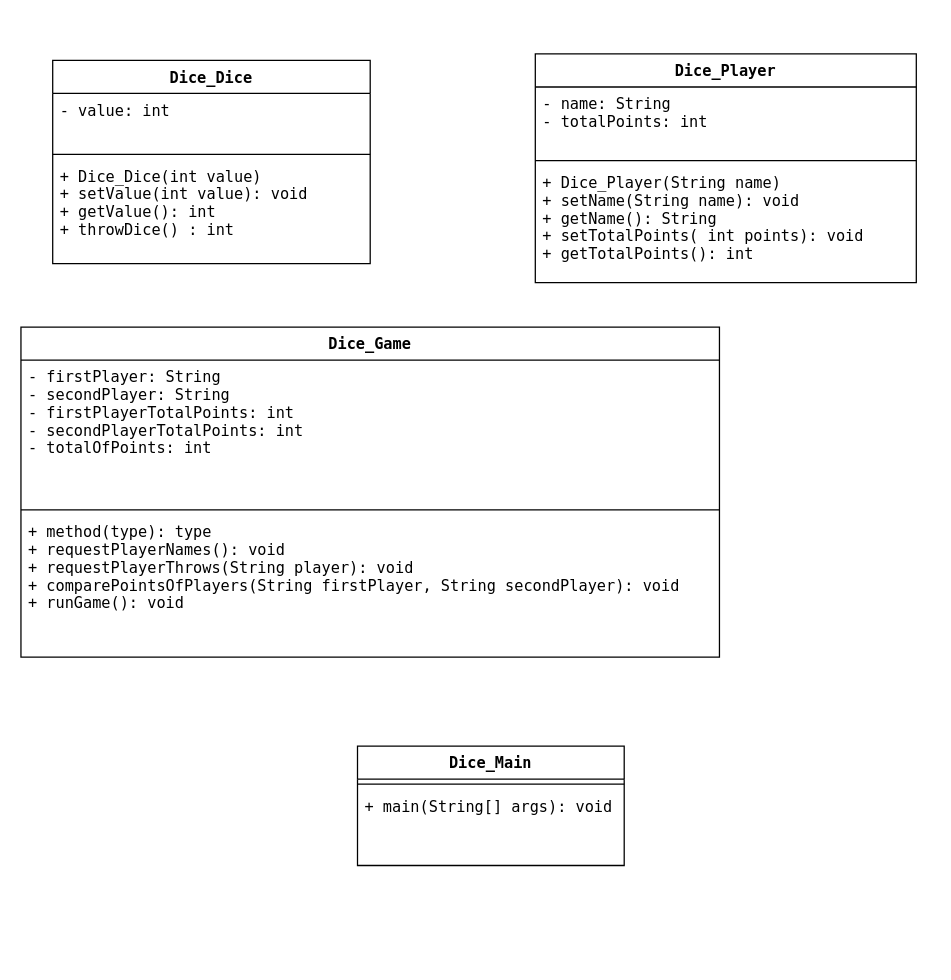
Earlier version of the draw.io diagram Untitled Diagram.drawio (Ratzcodes/Jensen-Assignment4-Week45). Source tidied: cells renumbered, new cells numbered last; positions are measured from the earlier drawing's top-left corner, leaving out a move shared by most shapes. Both pictures are drawn from the tidied source at 127%, with x=0, y=0 at pixel (20, 53).
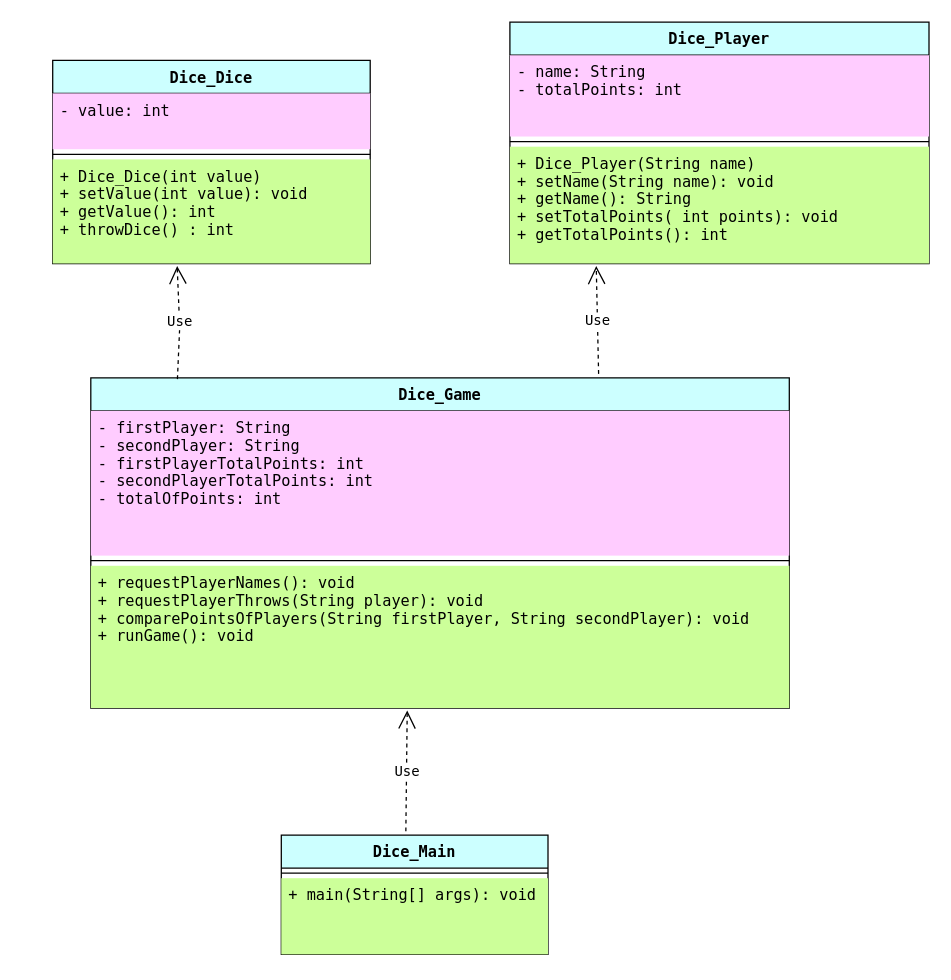
The same diagram, later.

The edit, as a diff of the source:
```diff
@@
-    <mxCell id="2" value="Dice_Dice" style="swimlane;fontStyle=1;align=center;verticalAlign=top;horizontal=1;startSize=26;fontFamily=Lucida Console;" parent="1" vertex="1">
+    <mxCell id="2" value="Dice_Dice" style="swimlane;fontStyle=1;align=center;verticalAlign=top;horizontal=1;startSize=26;fontFamily=Lucida Console;fillColor=#CCFFFF;" parent="1" vertex="1">
       <mxGeometry x="25" y="5" width="250" height="160" as="geometry" />
     </mxCell>
-    <mxCell id="3" value="- value: int&#10;" style="text;strokeColor=none;fillColor=none;align=left;verticalAlign=top;spacingLeft=4;spacingRight=4;overflow=hidden;fontFamily=Lucida Console;" parent="2" vertex="1">
+    <mxCell id="3" value="- value: int&#10;" style="text;strokeColor=none;fillColor=#FFCCFF;align=left;verticalAlign=top;spacingLeft=4;spacingRight=4;overflow=hidden;fontFamily=Lucida Console;" parent="2" vertex="1">
       <mxGeometry y="26" width="250" height="44" as="geometry" />
     </mxCell>
@@
-    <mxCell id="5" value="+ Dice_Dice(int value)&#10;+ setValue(int value): void&#10;+ getValue(): int&#10;+ throwDice() : int" style="text;strokeColor=none;fillColor=none;align=left;verticalAlign=top;spacingLeft=4;spacingRight=4;overflow=hidden;points=[[0,0.5],[1,0.5]];portConstraint=eastwest;fontFamily=Lucida Console;" parent="2" vertex="1">
+    <mxCell id="5" value="+ Dice_Dice(int value)&#10;+ setValue(int value): void&#10;+ getValue(): int&#10;+ throwDice() : int" style="text;strokeColor=none;fillColor=#CCFF99;align=left;verticalAlign=top;spacingLeft=4;spacingRight=4;overflow=hidden;points=[[0,0.5],[1,0.5]];portConstraint=eastwest;fontFamily=Lucida Console;" parent="2" vertex="1">
       <mxGeometry y="78" width="250" height="82" as="geometry" />
     </mxCell>
-    <mxCell id="6" value="Dice_Player" style="swimlane;fontStyle=1;align=center;verticalAlign=top;horizontal=1;startSize=26;fontFamily=Lucida Console;" parent="1" vertex="1">
-      <mxGeometry x="405" width="300" height="180" as="geometry" />
-    </mxCell>
-    <mxCell id="7" value="- name: String&#10;- totalPoints: int&#10;" style="text;strokeColor=none;fillColor=none;align=left;verticalAlign=top;spacingLeft=4;spacingRight=4;overflow=hidden;fontFamily=Lucida Console;" parent="6" vertex="1">
-      <mxGeometry y="26" width="300" height="54" as="geometry" />
-    </mxCell>
-    <mxCell id="8" style="line;strokeWidth=1;fillColor=none;align=left;verticalAlign=middle;spacingTop=-1;spacingLeft=3;spacingRight=3;labelPosition=right;strokeColor=inherit;fontFamily=Lucida Console;" parent="6" vertex="1">
-      <mxGeometry y="80" width="300" height="8" as="geometry" />
-    </mxCell>
-    <mxCell id="9" value="+ Dice_Player(String name)&#10;+ setName(String name): void&#10;+ getName(): String&#10;+ setTotalPoints( int points): void&#10;+ getTotalPoints(): int" style="text;strokeColor=none;fillColor=none;align=left;verticalAlign=top;spacingLeft=4;spacingRight=4;overflow=hidden;points=[[0,0.5],[1,0.5]];portConstraint=eastwest;fontFamily=Lucida Console;" parent="6" vertex="1">
-      <mxGeometry y="88" width="300" height="92" as="geometry" />
-    </mxCell>
-    <mxCell id="10" value="Dice_Game" style="swimlane;fontStyle=1;align=center;verticalAlign=top;horizontal=1;startSize=26;fontFamily=Lucida Console;" parent="1" vertex="1">
-      <mxGeometry y="215" width="550" height="260" as="geometry" />
+    <mxCell id="10" value="Dice_Game" style="swimlane;fontStyle=1;align=center;verticalAlign=top;horizontal=1;startSize=26;fontFamily=Lucida Console;fillColor=#CCFFFF;" parent="1" vertex="1">
+      <mxGeometry x="55" y="255" width="550" height="260" as="geometry" />
     </mxCell>
-    <mxCell id="11" value="- firstPlayer: String&#10;- secondPlayer: String&#10;- firstPlayerTotalPoints: int&#10;- secondPlayerTotalPoints: int&#10;- totalOfPoints: int" style="text;strokeColor=none;fillColor=none;align=left;verticalAlign=top;spacingLeft=4;spacingRight=4;overflow=hidden;fontFamily=Lucida Console;" parent="10" vertex="1">
+    <mxCell id="11" value="- firstPlayer: String&#10;- secondPlayer: String&#10;- firstPlayerTotalPoints: int&#10;- secondPlayerTotalPoints: int&#10;- totalOfPoints: int" style="text;strokeColor=none;fillColor=#FFCCFF;align=left;verticalAlign=top;spacingLeft=4;spacingRight=4;overflow=hidden;fontFamily=Lucida Console;" parent="10" vertex="1">
       <mxGeometry y="26" width="550" height="114" as="geometry" />
     </mxCell>
@@
-    <mxCell id="13" value="+ method(type): type&#10;+ requestPlayerNames(): void&#10;+ requestPlayerThrows(String player): void&#10;+ comparePointsOfPlayers(String firstPlayer, String secondPlayer): void&#10;+ runGame(): void" style="text;strokeColor=none;fillColor=none;align=left;verticalAlign=top;spacingLeft=4;spacingRight=4;overflow=hidden;points=[[0,0.5],[1,0.5]];portConstraint=eastwest;fontFamily=Lucida Console;" parent="10" vertex="1">
+    <mxCell id="13" value="+ requestPlayerNames(): void&#10;+ requestPlayerThrows(String player): void&#10;+ comparePointsOfPlayers(String firstPlayer, String secondPlayer): void&#10;+ runGame(): void" style="text;strokeColor=none;fillColor=#CCFF99;align=left;verticalAlign=top;spacingLeft=4;spacingRight=4;overflow=hidden;points=[[0,0.5],[1,0.5]];portConstraint=eastwest;fontFamily=Lucida Console;" parent="10" vertex="1">
       <mxGeometry y="148" width="550" height="112" as="geometry" />
     </mxCell>
-    <mxCell id="14" value="Dice_Main" style="swimlane;fontStyle=1;align=center;verticalAlign=top;horizontal=1;startSize=26;fontFamily=Lucida Console;" parent="1" vertex="1">
-      <mxGeometry x="265" y="545" width="210" height="94" as="geometry" />
+    <mxCell id="14" value="Dice_Main" style="swimlane;fontStyle=1;align=center;verticalAlign=top;horizontal=1;startSize=26;fontFamily=Lucida Console;fillColor=#CCFFFF;" parent="1" vertex="1">
+      <mxGeometry x="205" y="615" width="210" height="94" as="geometry" />
     </mxCell>
@@
-    <mxCell id="16" value="+ main(String[] args): void" style="text;strokeColor=none;fillColor=none;align=left;verticalAlign=top;spacingLeft=4;spacingRight=4;overflow=hidden;fontFamily=Lucida Console;" parent="14" vertex="1">
+    <mxCell id="16" value="+ main(String[] args): void" style="text;strokeColor=none;fillColor=#CCFF99;align=left;verticalAlign=top;spacingLeft=4;spacingRight=4;overflow=hidden;fontFamily=Lucida Console;" parent="14" vertex="1">
       <mxGeometry y="34" width="210" height="60" as="geometry" />
     </mxCell>
+    <mxCell id="17" value="Use" style="endArrow=open;endSize=12;dashed=1;html=1;rounded=0;fontFamily=Lucida Console;exitX=0.727;exitY=-0.012;exitDx=0;exitDy=0;exitPerimeter=0;entryX=0.206;entryY=1.022;entryDx=0;entryDy=0;entryPerimeter=0;" parent="1" edge="1" source="10" target="9">
+      <mxGeometry relative="1" as="geometry" />
+    </mxCell>
+    <mxCell id="18" value="Use" style="endArrow=open;endSize=12;dashed=1;html=1;rounded=0;fontFamily=Lucida Console;entryX=0.392;entryY=1.024;entryDx=0;entryDy=0;entryPerimeter=0;exitX=0.124;exitY=0.004;exitDx=0;exitDy=0;exitPerimeter=0;" parent="1" edge="1" source="10" target="5">
+      <mxGeometry relative="1" as="geometry">
+        <Array as="points">
+          <mxPoint x="125" y="215" />
+        </Array>
+      </mxGeometry>
+    </mxCell>
+    <mxCell id="19" value="Use" style="endArrow=open;endSize=12;dashed=1;html=1;rounded=0;fontFamily=Lucida Console;exitX=0.467;exitY=-0.032;exitDx=0;exitDy=0;exitPerimeter=0;entryX=0.453;entryY=1.018;entryDx=0;entryDy=0;entryPerimeter=0;" parent="1" edge="1" source="14" target="13">
+      <mxGeometry relative="1" as="geometry" />
+    </mxCell>
+    <mxCell id="6" value="Dice_Player" style="swimlane;fontStyle=1;align=center;verticalAlign=top;horizontal=1;startSize=26;fontFamily=Lucida Console;fillColor=#CCFFFF;" parent="1" vertex="1">
+      <mxGeometry x="385" y="-25" width="330" height="190" as="geometry" />
+    </mxCell>
+    <mxCell id="7" value="- name: String&#10;- totalPoints: int&#10;" style="text;strokeColor=none;fillColor=#FFCCFF;align=left;verticalAlign=top;spacingLeft=4;spacingRight=4;overflow=hidden;fontFamily=Lucida Console;" parent="6" vertex="1">
+      <mxGeometry y="26" width="330" height="64" as="geometry" />
+    </mxCell>
+    <mxCell id="20" style="line;strokeWidth=1;fillColor=none;align=left;verticalAlign=middle;spacingTop=-1;spacingLeft=3;spacingRight=3;labelPosition=right;strokeColor=inherit;fontFamily=Lucida Console;" parent="6" vertex="1">
+      <mxGeometry y="90" width="330" height="8" as="geometry" />
+    </mxCell>
+    <mxCell id="9" value="+ Dice_Player(String name)&#10;+ setName(String name): void&#10;+ getName(): String&#10;+ setTotalPoints( int points): void&#10;+ getTotalPoints(): int" style="text;strokeColor=none;fillColor=#CCFF99;align=left;verticalAlign=top;spacingLeft=4;spacingRight=4;overflow=hidden;points=[[0,0.5],[1,0.5]];portConstraint=eastwest;fontFamily=Lucida Console;" parent="6" vertex="1">
+      <mxGeometry y="98" width="330" height="92" as="geometry" />
+    </mxCell>
```
